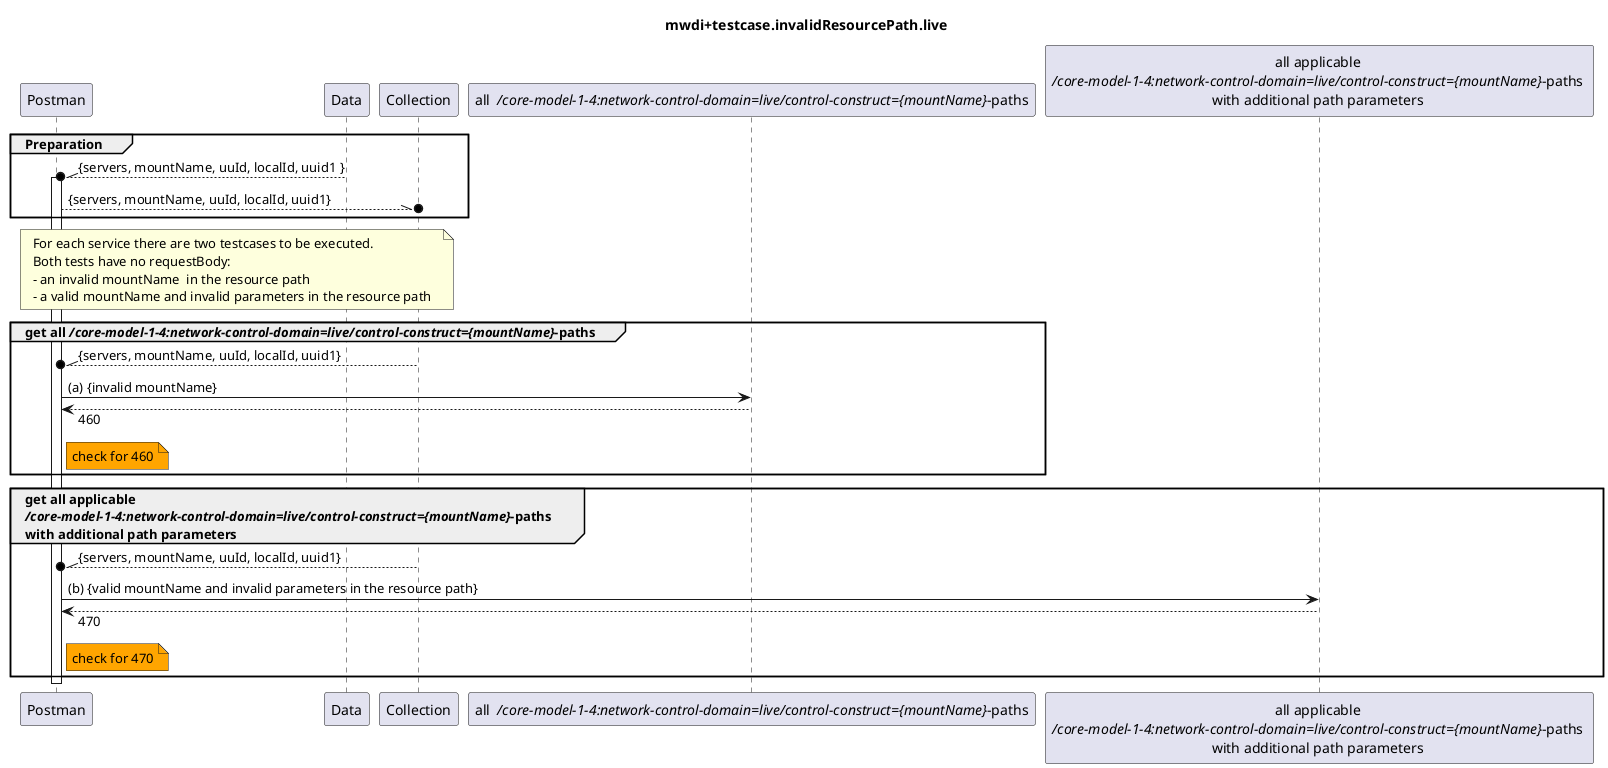
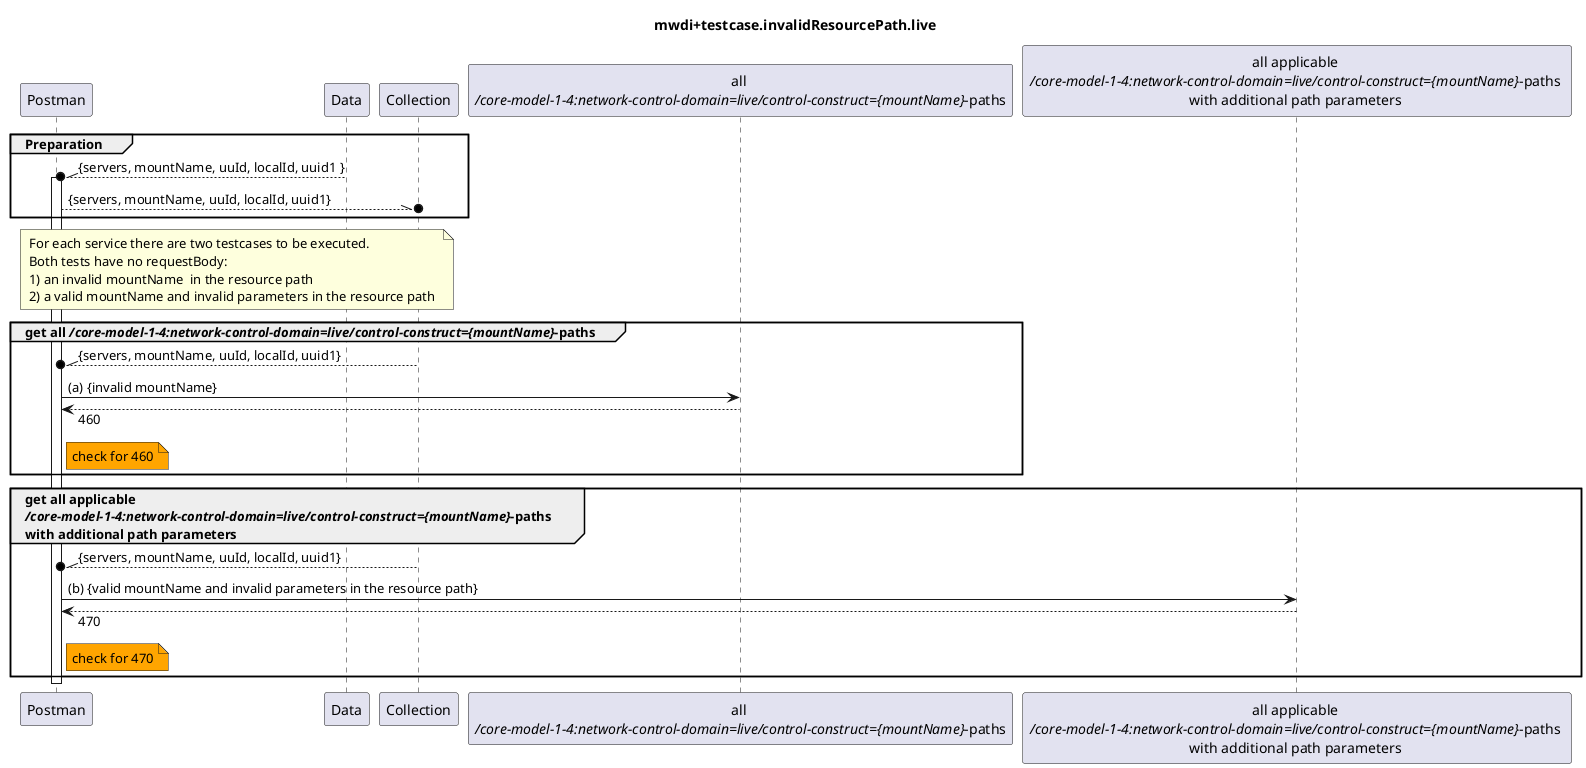
@startuml mwdi+diagram.invalidResourcePath.live
skinparam responseMessageBelowArrow true

title
mwdi+testcase.invalidResourcePath.live
end title

participant "Postman" as Postman
participant "Data" as Data
participant "Collection" as Collection

- participant "all  <i>/core-model-1-4:network-control-domain=live/control-construct={mountName}</i>-paths" as LINK
+ participant "all \n<i>/core-model-1-4:network-control-domain=live/control-construct={mountName}</i>-paths" as LINK
participant "all applicable \n<i>/core-model-1-4:network-control-domain=live/control-construct={mountName}</i>-paths \nwith additional path parameters " as LINK2


group Preparation
  Data --\\o Postman : {servers, mountName, uuId, localId, uuid1 }
  activate Postman
  Postman --\\o Collection : {servers, mountName, uuId, localId, uuid1}
end


note over Postman, Collection
  For each service there are two testcases to be executed.
  Both tests have no requestBody:
-   - an invalid mountName  in the resource path
-   - a valid mountName and invalid parameters in the resource path
+   1) an invalid mountName  in the resource path
+   2) a valid mountName and invalid parameters in the resource path
end note


group get all <i>/core-model-1-4:network-control-domain=live/control-construct={mountName}</i>-paths
  Collection --\\o Postman : {servers, mountName, uuId, localId, uuid1}
  Postman -> LINK : (a) {invalid mountName}
  Postman <-- LINK : 460
  note right Postman #Orange
    check for 460
  end note
end

group get all applicable \n<i>/core-model-1-4:network-control-domain=live/control-construct={mountName}</i>-paths \nwith additional path parameters
  Collection --\\o Postman : {servers, mountName, uuId, localId, uuid1}
  Postman -> LINK2 : (b) {valid mountName and invalid parameters in the resource path}
  Postman <-- LINK2 : 470
  note right Postman #Orange
    check for 470
  end note
end




deactivate Postman

@enduml
